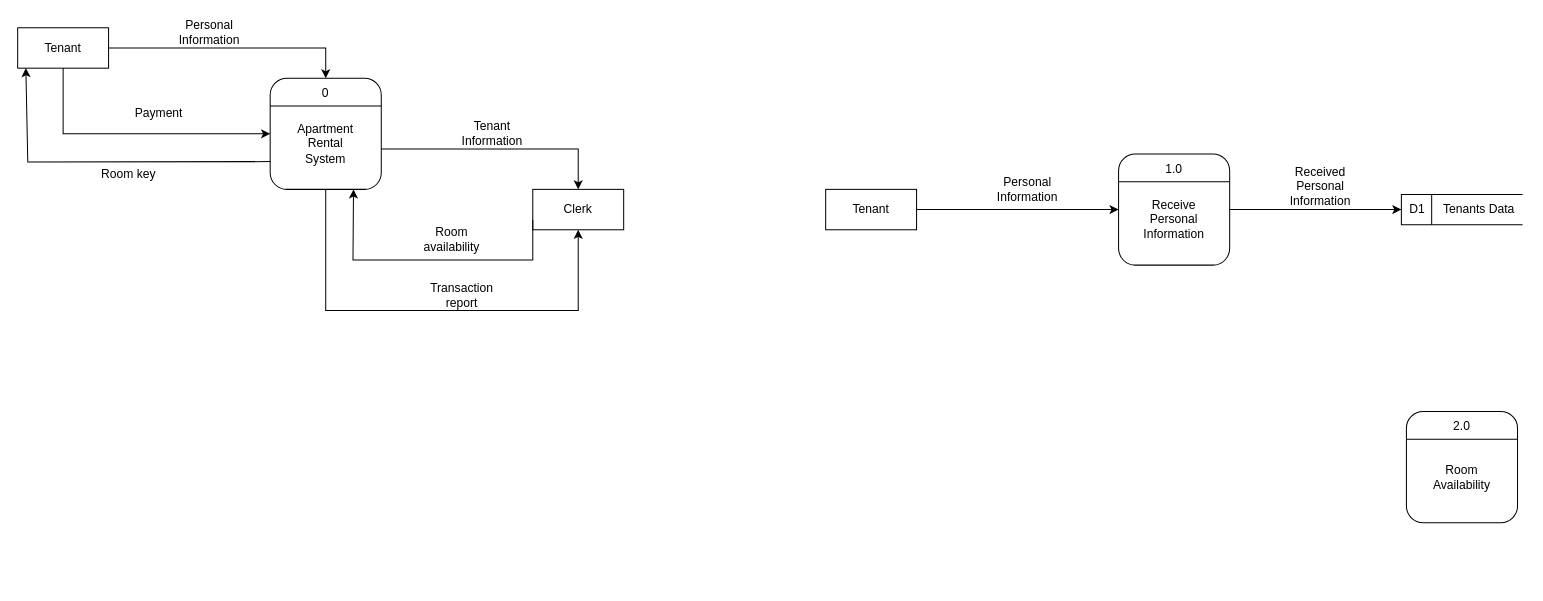
Earlier version of the draw.io diagram DFD.drawio (Beskiit/DIAGRAMS). Source tidied: cells renumbered, new cells numbered last; positions are measured from the earlier drawing's top-left corner, leaving out a move shared by most shapes. Both pictures are drawn from the tidied source at 101%, with x=0, y=0 at pixel (17, 17).
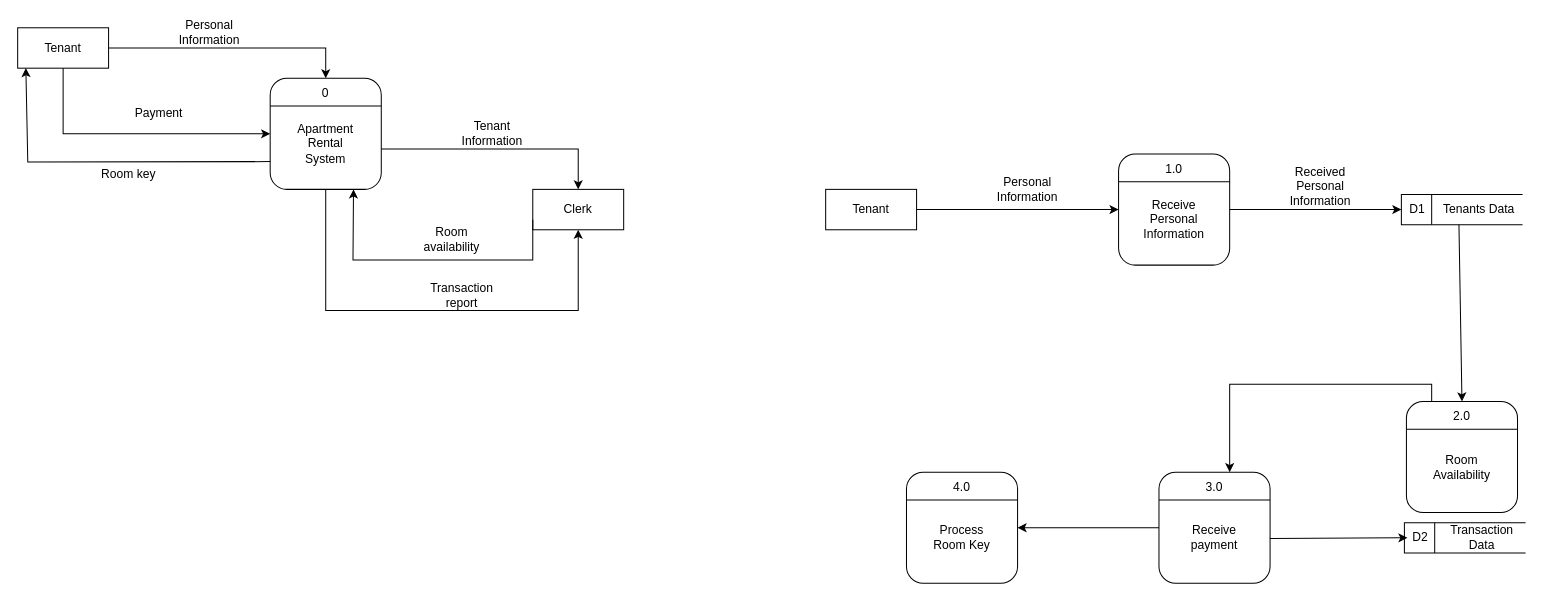
The same page after the edit.

The change refers to these unchanged cells:
```xml
<mxCell id="31" value="Tenants Data" style="text;html=1;align=center;verticalAlign=middle;whiteSpace=wrap;rounded=0;" parent="1" vertex="1">
  <mxGeometry x="1407" y="175" width="80" height="30" as="geometry" />
</mxCell>
```

Change to the diagram source:
```diff
@@
     <mxCell id="35" style="rounded=1;whiteSpace=wrap;html=1;" parent="1" vertex="1">
-      <mxGeometry x="1375" y="390" width="110" height="110" as="geometry" />
+      <mxGeometry x="1375" y="380" width="110" height="110" as="geometry" />
     </mxCell>
@@
     <mxCell id="37" value="2.0" style="text;html=1;align=center;verticalAlign=middle;whiteSpace=wrap;rounded=0;" parent="1" vertex="1">
-      <mxGeometry x="1400" y="390" width="60" height="30" as="geometry" />
+      <mxGeometry x="1400" y="380" width="60" height="30" as="geometry" />
     </mxCell>
     <mxCell id="38" value="Room Availability" style="text;html=1;align=center;verticalAlign=middle;whiteSpace=wrap;rounded=0;" parent="1" vertex="1">
-      <mxGeometry x="1400" y="440" width="60" height="30" as="geometry" />
+      <mxGeometry x="1400" y="430" width="60" height="30" as="geometry" />
     </mxCell>
+    <mxCell id="39" style="endArrow=classic;html=1;rounded=0;entryX=0.5;entryY=0;entryDx=0;entryDy=0;exitX=0.25;exitY=1;exitDx=0;exitDy=0;" parent="1" edge="1" source="31" target="37">
+      <mxGeometry relative="1" as="geometry" />
+    </mxCell>
+    <mxCell id="40" style="rounded=1;whiteSpace=wrap;html=1;" parent="1" vertex="1">
+      <mxGeometry x="1130" y="450" width="110" height="110" as="geometry" />
+    </mxCell>
+    <mxCell id="41" style="endArrow=none;html=1;rounded=0;entryX=1;entryY=0.25;entryDx=0;entryDy=0;exitX=0;exitY=0.25;exitDx=0;exitDy=0;" parent="1" edge="1" source="40" target="40">
+      <mxGeometry relative="1" as="geometry" />
+    </mxCell>
+    <mxCell id="42" value="3.0" style="text;html=1;align=center;verticalAlign=middle;whiteSpace=wrap;rounded=0;" parent="1" vertex="1">
+      <mxGeometry x="1155" y="450" width="60" height="30" as="geometry" />
+    </mxCell>
+    <mxCell id="43" value="Receive payment" style="text;html=1;align=center;verticalAlign=middle;whiteSpace=wrap;rounded=0;" parent="1" vertex="1">
+      <mxGeometry x="1155" y="500" width="60" height="30" as="geometry" />
+    </mxCell>
+    <mxCell id="44" style="html=1;dashed=0;whiteSpace=wrap;shape=mxgraph.dfd.dataStoreID;align=left;spacingLeft=3;" parent="1" vertex="1">
+      <mxGeometry x="1373" y="500" width="120" height="30" as="geometry" />
+    </mxCell>
+    <mxCell id="45" value="Transaction Data" style="text;html=1;align=center;verticalAlign=middle;whiteSpace=wrap;rounded=0;" parent="1" vertex="1">
+      <mxGeometry x="1410" y="500" width="80" height="30" as="geometry" />
+    </mxCell>
+    <mxCell id="46" value="D2" style="text;html=1;align=center;verticalAlign=middle;whiteSpace=wrap;rounded=0;" parent="1" vertex="1">
+      <mxGeometry x="1376" y="500" width="26" height="30" as="geometry" />
+    </mxCell>
+    <mxCell id="47" style="endArrow=classic;html=1;rounded=0;entryX=0;entryY=0.5;entryDx=0;entryDy=0;exitX=0.998;exitY=0.598;exitDx=0;exitDy=0;exitPerimeter=0;" parent="1" edge="1" source="40" target="46">
+      <mxGeometry relative="1" as="geometry" />
+    </mxCell>
+    <mxCell id="48" style="endArrow=classic;html=1;rounded=0;entryX=0.75;entryY=0;entryDx=0;entryDy=0;exitX=0;exitY=0;exitDx=0;exitDy=0;" parent="1" edge="1" source="37" target="42">
+      <mxGeometry relative="1" as="geometry">
+        <Array as="points">
+          <mxPoint x="1400" y="363" />
+          <mxPoint x="1330" y="363" />
+          <mxPoint x="1200" y="363" />
+        </Array>
+      </mxGeometry>
+    </mxCell>
+    <mxCell id="49" style="rounded=1;whiteSpace=wrap;html=1;" parent="1" vertex="1">
+      <mxGeometry x="880" y="450" width="110" height="110" as="geometry" />
+    </mxCell>
+    <mxCell id="50" style="endArrow=none;html=1;rounded=0;entryX=1;entryY=0.25;entryDx=0;entryDy=0;exitX=0;exitY=0.25;exitDx=0;exitDy=0;" parent="1" edge="1" source="49" target="49">
+      <mxGeometry relative="1" as="geometry" />
+    </mxCell>
+    <mxCell id="51" value="4.0" style="text;html=1;align=center;verticalAlign=middle;whiteSpace=wrap;rounded=0;" parent="1" vertex="1">
+      <mxGeometry x="905" y="450" width="60" height="30" as="geometry" />
+    </mxCell>
+    <mxCell id="52" value="Process Room Key" style="text;html=1;align=center;verticalAlign=middle;whiteSpace=wrap;rounded=0;" parent="1" vertex="1">
+      <mxGeometry x="905" y="500" width="60" height="30" as="geometry" />
+    </mxCell>
+    <mxCell id="53" style="endArrow=classic;html=1;rounded=0;entryX=1;entryY=0.5;entryDx=0;entryDy=0;exitX=0;exitY=0.5;exitDx=0;exitDy=0;" parent="1" edge="1" source="40" target="49">
+      <mxGeometry relative="1" as="geometry" />
+    </mxCell>
```
